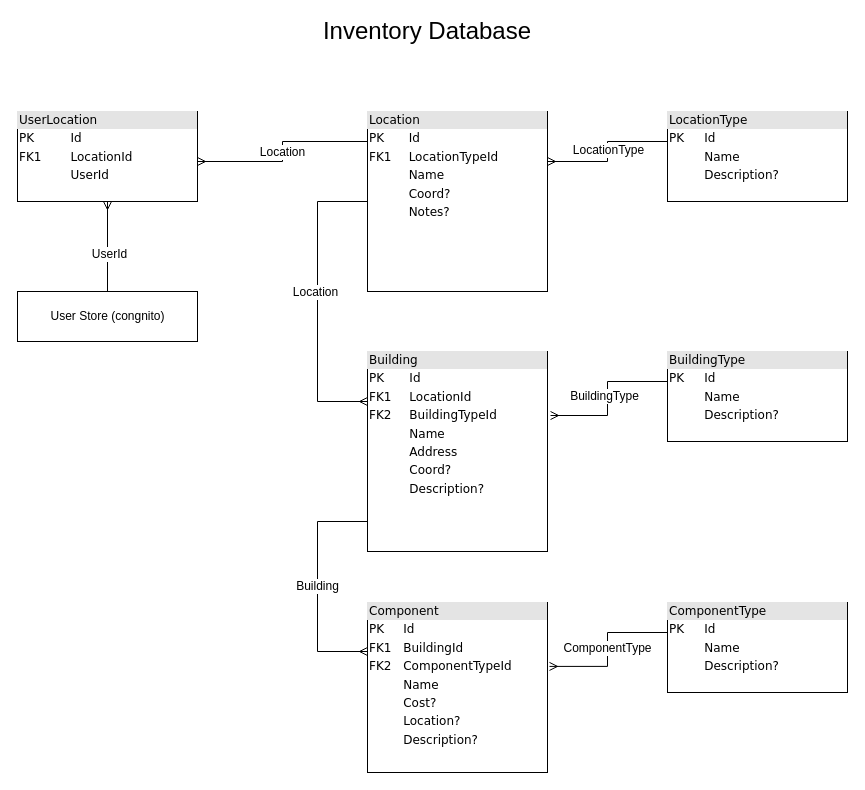
Before: database/docs/Inventory Database Diagram.drawio in vanister/inventory, a draw.io diagram. Source tidied: cells renumbered, new cells numbered last; positions are measured from the earlier drawing's top-left corner, leaving out a move shared by most shapes. Both pictures are drawn from the tidied source at 100%, with x=0, y=0 at pixel (17, 21).
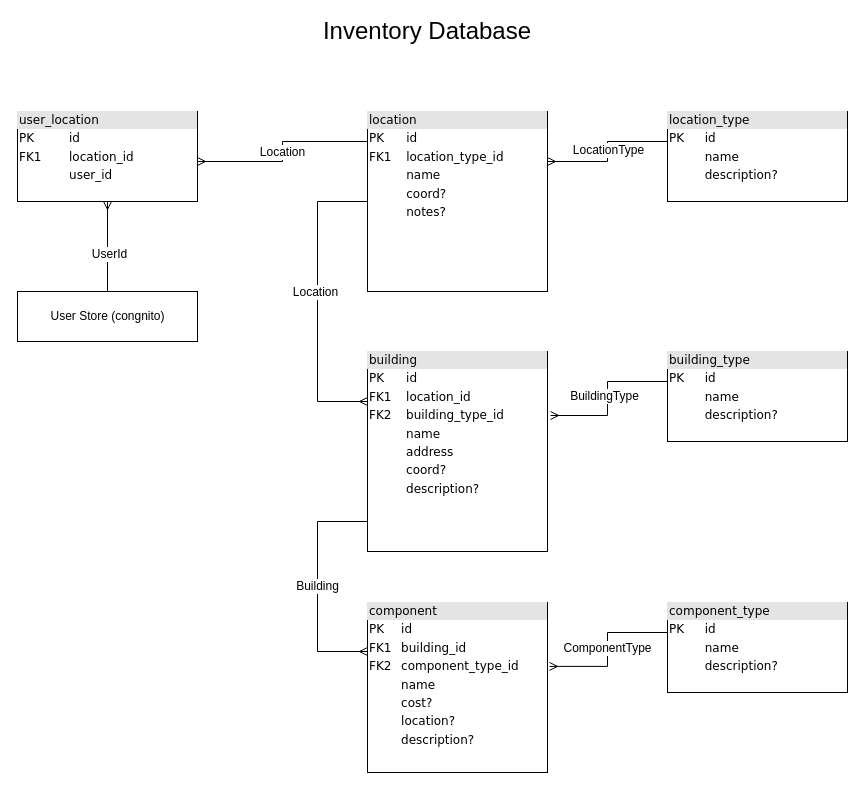
The same diagram, later.

Diff of the diagram source:
```diff
@@
-    <mxCell id="6" value="&lt;div style=&quot;box-sizing: border-box ; width: 100% ; background: #e4e4e4 ; padding: 2px&quot;&gt;Location&lt;br&gt;&lt;/div&gt;&lt;table style=&quot;width: 100% ; font-size: 1em&quot; cellspacing=&quot;0&quot; cellpadding=&quot;2&quot;&gt;&lt;tbody&gt;&lt;tr&gt;&lt;td&gt;PK&lt;/td&gt;&lt;td&gt;Id&lt;/td&gt;&lt;/tr&gt;&lt;tr&gt;&lt;td&gt;FK1&lt;br&gt;&lt;/td&gt;&lt;td&gt;LocationTypeId&lt;br&gt;&lt;/td&gt;&lt;/tr&gt;&lt;tr&gt;&lt;td&gt;&lt;br&gt;&lt;/td&gt;&lt;td&gt;Name&lt;br&gt;&lt;/td&gt;&lt;/tr&gt;&lt;tr&gt;&lt;td&gt;&lt;br&gt;&lt;/td&gt;&lt;td&gt;Coord?&lt;br&gt;&lt;/td&gt;&lt;/tr&gt;&lt;tr&gt;&lt;td&gt;&lt;br&gt;&lt;/td&gt;&lt;td&gt;Notes?&lt;br&gt;&lt;/td&gt;&lt;/tr&gt;&lt;tr&gt;&lt;td&gt;&lt;br&gt;&lt;/td&gt;&lt;td&gt;&lt;br&gt;&lt;/td&gt;&lt;/tr&gt;&lt;tr&gt;&lt;td&gt;&lt;br&gt;&lt;/td&gt;&lt;td&gt;&lt;br&gt;&lt;/td&gt;&lt;/tr&gt;&lt;tr&gt;&lt;td&gt;&lt;br&gt;&lt;/td&gt;&lt;td&gt;&lt;br&gt;&lt;/td&gt;&lt;/tr&gt;&lt;/tbody&gt;&lt;/table&gt;" style="verticalAlign=top;align=left;overflow=fill;html=1;rounded=0;shadow=0;comic=0;labelBackgroundColor=none;strokeColor=#000000;strokeWidth=1;fillColor=#ffffff;fontFamily=Verdana;fontSize=12;fontColor=#000000;" parent="1" vertex="1">
+    <mxCell id="6" value="&lt;div style=&quot;box-sizing: border-box ; width: 100% ; background: #e4e4e4 ; padding: 2px&quot;&gt;location&lt;/div&gt;&lt;table style=&quot;width: 100% ; font-size: 1em&quot; cellspacing=&quot;0&quot; cellpadding=&quot;2&quot;&gt;&lt;tbody&gt;&lt;tr&gt;&lt;td&gt;PK&lt;/td&gt;&lt;td&gt;id&lt;/td&gt;&lt;/tr&gt;&lt;tr&gt;&lt;td&gt;FK1&lt;br&gt;&lt;/td&gt;&lt;td&gt;location_type_id&lt;br&gt;&lt;/td&gt;&lt;/tr&gt;&lt;tr&gt;&lt;td&gt;&lt;br&gt;&lt;/td&gt;&lt;td&gt;name&lt;br&gt;&lt;/td&gt;&lt;/tr&gt;&lt;tr&gt;&lt;td&gt;&lt;br&gt;&lt;/td&gt;&lt;td&gt;coord?&lt;br&gt;&lt;/td&gt;&lt;/tr&gt;&lt;tr&gt;&lt;td&gt;&lt;br&gt;&lt;/td&gt;&lt;td&gt;notes?&lt;br&gt;&lt;/td&gt;&lt;/tr&gt;&lt;tr&gt;&lt;td&gt;&lt;br&gt;&lt;/td&gt;&lt;td&gt;&lt;br&gt;&lt;/td&gt;&lt;/tr&gt;&lt;tr&gt;&lt;td&gt;&lt;br&gt;&lt;/td&gt;&lt;td&gt;&lt;br&gt;&lt;/td&gt;&lt;/tr&gt;&lt;tr&gt;&lt;td&gt;&lt;br&gt;&lt;/td&gt;&lt;td&gt;&lt;br&gt;&lt;/td&gt;&lt;/tr&gt;&lt;/tbody&gt;&lt;/table&gt;" style="verticalAlign=top;align=left;overflow=fill;html=1;rounded=0;shadow=0;comic=0;labelBackgroundColor=none;strokeColor=#000000;strokeWidth=1;fillColor=#ffffff;fontFamily=Verdana;fontSize=12;fontColor=#000000;" parent="1" vertex="1">
       <mxGeometry x="350" y="90" width="180" height="180" as="geometry" />
     </mxCell>
@@
-    <mxCell id="8" value="&lt;div style=&quot;box-sizing: border-box ; width: 100% ; background: #e4e4e4 ; padding: 2px&quot;&gt;Building&lt;br&gt;&lt;/div&gt;&lt;table style=&quot;width: 100% ; font-size: 1em&quot; cellspacing=&quot;0&quot; cellpadding=&quot;2&quot;&gt;&lt;tbody&gt;&lt;tr&gt;&lt;td&gt;PK&lt;/td&gt;&lt;td&gt;Id&lt;/td&gt;&lt;/tr&gt;&lt;tr&gt;&lt;td&gt;FK1&lt;/td&gt;&lt;td&gt;LocationId&lt;br&gt;&lt;/td&gt;&lt;/tr&gt;&lt;tr&gt;&lt;td&gt;FK2&lt;/td&gt;&lt;td&gt;BuildingTypeId&lt;br&gt;&lt;/td&gt;&lt;/tr&gt;&lt;tr&gt;&lt;td&gt;&lt;br&gt;&lt;/td&gt;&lt;td&gt;Name&lt;br&gt;&lt;/td&gt;&lt;/tr&gt;&lt;tr&gt;&lt;td&gt;&lt;br&gt;&lt;/td&gt;&lt;td&gt;Address&lt;br&gt;&lt;/td&gt;&lt;/tr&gt;&lt;tr&gt;&lt;td&gt;&lt;br&gt;&lt;/td&gt;&lt;td&gt;Coord?&lt;br&gt;&lt;/td&gt;&lt;/tr&gt;&lt;tr&gt;&lt;td&gt;&lt;br&gt;&lt;/td&gt;&lt;td&gt;Description?&lt;br&gt;&lt;/td&gt;&lt;/tr&gt;&lt;tr&gt;&lt;td&gt;&lt;br&gt;&lt;/td&gt;&lt;td&gt;&lt;br&gt;&lt;/td&gt;&lt;/tr&gt;&lt;tr&gt;&lt;td&gt;&lt;br&gt;&lt;/td&gt;&lt;td&gt;&lt;br&gt;&lt;/td&gt;&lt;/tr&gt;&lt;tr&gt;&lt;td&gt;&lt;br&gt;&lt;/td&gt;&lt;td&gt;&lt;br&gt;&lt;/td&gt;&lt;/tr&gt;&lt;/tbody&gt;&lt;/table&gt;" style="verticalAlign=top;align=left;overflow=fill;html=1;rounded=0;shadow=0;comic=0;labelBackgroundColor=none;strokeColor=#000000;strokeWidth=1;fillColor=#ffffff;fontFamily=Verdana;fontSize=12;fontColor=#000000;" parent="1" vertex="1">
+    <mxCell id="8" value="&lt;div style=&quot;box-sizing: border-box ; width: 100% ; background: #e4e4e4 ; padding: 2px&quot;&gt;building&lt;/div&gt;&lt;table style=&quot;width: 100% ; font-size: 1em&quot; cellspacing=&quot;0&quot; cellpadding=&quot;2&quot;&gt;&lt;tbody&gt;&lt;tr&gt;&lt;td&gt;PK&lt;/td&gt;&lt;td&gt;id&lt;/td&gt;&lt;/tr&gt;&lt;tr&gt;&lt;td&gt;FK1&lt;/td&gt;&lt;td&gt;location_id&lt;br&gt;&lt;/td&gt;&lt;/tr&gt;&lt;tr&gt;&lt;td&gt;FK2&lt;/td&gt;&lt;td&gt;building_type_id&lt;br&gt;&lt;/td&gt;&lt;/tr&gt;&lt;tr&gt;&lt;td&gt;&lt;br&gt;&lt;/td&gt;&lt;td&gt;name&lt;br&gt;&lt;/td&gt;&lt;/tr&gt;&lt;tr&gt;&lt;td&gt;&lt;br&gt;&lt;/td&gt;&lt;td&gt;address&lt;br&gt;&lt;/td&gt;&lt;/tr&gt;&lt;tr&gt;&lt;td&gt;&lt;br&gt;&lt;/td&gt;&lt;td&gt;coord?&lt;br&gt;&lt;/td&gt;&lt;/tr&gt;&lt;tr&gt;&lt;td&gt;&lt;br&gt;&lt;/td&gt;&lt;td&gt;description?&lt;br&gt;&lt;/td&gt;&lt;/tr&gt;&lt;tr&gt;&lt;td&gt;&lt;br&gt;&lt;/td&gt;&lt;td&gt;&lt;br&gt;&lt;/td&gt;&lt;/tr&gt;&lt;tr&gt;&lt;td&gt;&lt;br&gt;&lt;/td&gt;&lt;td&gt;&lt;br&gt;&lt;/td&gt;&lt;/tr&gt;&lt;tr&gt;&lt;td&gt;&lt;br&gt;&lt;/td&gt;&lt;td&gt;&lt;br&gt;&lt;/td&gt;&lt;/tr&gt;&lt;/tbody&gt;&lt;/table&gt;" style="verticalAlign=top;align=left;overflow=fill;html=1;rounded=0;shadow=0;comic=0;labelBackgroundColor=none;strokeColor=#000000;strokeWidth=1;fillColor=#ffffff;fontFamily=Verdana;fontSize=12;fontColor=#000000;" parent="1" vertex="1">
       <mxGeometry x="350" y="330" width="180" height="200" as="geometry" />
     </mxCell>
@@
-    <mxCell id="11" value="&lt;div style=&quot;box-sizing: border-box ; width: 100% ; background: #e4e4e4 ; padding: 2px&quot;&gt;BuildingType&lt;br&gt;&lt;/div&gt;&lt;table style=&quot;width: 100% ; font-size: 1em&quot; cellspacing=&quot;0&quot; cellpadding=&quot;2&quot;&gt;&lt;tbody&gt;&lt;tr&gt;&lt;td&gt;PK&lt;/td&gt;&lt;td&gt;Id&lt;/td&gt;&lt;/tr&gt;&lt;tr&gt;&lt;td&gt;&lt;br&gt;&lt;/td&gt;&lt;td&gt;Name&lt;/td&gt;&lt;/tr&gt;&lt;tr&gt;&lt;td&gt;&lt;br&gt;&lt;/td&gt;&lt;td&gt;Description?&lt;br&gt;&lt;/td&gt;&lt;/tr&gt;&lt;/tbody&gt;&lt;/table&gt;" style="verticalAlign=top;align=left;overflow=fill;html=1;rounded=0;shadow=0;comic=0;labelBackgroundColor=none;strokeColor=#000000;strokeWidth=1;fillColor=#ffffff;fontFamily=Verdana;fontSize=12;fontColor=#000000;" parent="1" vertex="1">
+    <mxCell id="11" value="&lt;div style=&quot;box-sizing: border-box ; width: 100% ; background: #e4e4e4 ; padding: 2px&quot;&gt;building_type&lt;/div&gt;&lt;table style=&quot;width: 100% ; font-size: 1em&quot; cellspacing=&quot;0&quot; cellpadding=&quot;2&quot;&gt;&lt;tbody&gt;&lt;tr&gt;&lt;td&gt;PK&lt;/td&gt;&lt;td&gt;id&lt;/td&gt;&lt;/tr&gt;&lt;tr&gt;&lt;td&gt;&lt;br&gt;&lt;/td&gt;&lt;td&gt;name&lt;/td&gt;&lt;/tr&gt;&lt;tr&gt;&lt;td&gt;&lt;br&gt;&lt;/td&gt;&lt;td&gt;description?&lt;br&gt;&lt;/td&gt;&lt;/tr&gt;&lt;/tbody&gt;&lt;/table&gt;" style="verticalAlign=top;align=left;overflow=fill;html=1;rounded=0;shadow=0;comic=0;labelBackgroundColor=none;strokeColor=#000000;strokeWidth=1;fillColor=#ffffff;fontFamily=Verdana;fontSize=12;fontColor=#000000;" parent="1" vertex="1">
       <mxGeometry x="650" y="330" width="180" height="90" as="geometry" />
     </mxCell>
@@
-    <mxCell id="14" value="&lt;div style=&quot;box-sizing: border-box ; width: 100% ; background: #e4e4e4 ; padding: 2px&quot;&gt;LocationType&lt;br&gt;&lt;/div&gt;&lt;table style=&quot;width: 100% ; font-size: 1em&quot; cellspacing=&quot;0&quot; cellpadding=&quot;2&quot;&gt;&lt;tbody&gt;&lt;tr&gt;&lt;td&gt;PK&lt;/td&gt;&lt;td&gt;Id&lt;br&gt;&lt;/td&gt;&lt;/tr&gt;&lt;tr&gt;&lt;td&gt;&lt;br&gt;&lt;/td&gt;&lt;td&gt;Name&lt;br&gt;&lt;/td&gt;&lt;/tr&gt;&lt;tr&gt;&lt;td&gt;&lt;br&gt;&lt;/td&gt;&lt;td&gt;Description?&lt;br&gt;&lt;/td&gt;&lt;/tr&gt;&lt;/tbody&gt;&lt;/table&gt;" style="verticalAlign=top;align=left;overflow=fill;html=1;rounded=0;shadow=0;comic=0;labelBackgroundColor=none;strokeColor=#000000;strokeWidth=1;fillColor=#ffffff;fontFamily=Verdana;fontSize=12;fontColor=#000000;" parent="1" vertex="1">
+    <mxCell id="14" value="&lt;div style=&quot;box-sizing: border-box ; width: 100% ; background: #e4e4e4 ; padding: 2px&quot;&gt;location_type&lt;/div&gt;&lt;table style=&quot;width: 100% ; font-size: 1em&quot; cellspacing=&quot;0&quot; cellpadding=&quot;2&quot;&gt;&lt;tbody&gt;&lt;tr&gt;&lt;td&gt;PK&lt;/td&gt;&lt;td&gt;id&lt;br&gt;&lt;/td&gt;&lt;/tr&gt;&lt;tr&gt;&lt;td&gt;&lt;br&gt;&lt;/td&gt;&lt;td&gt;name&lt;br&gt;&lt;/td&gt;&lt;/tr&gt;&lt;tr&gt;&lt;td&gt;&lt;br&gt;&lt;/td&gt;&lt;td&gt;description?&lt;br&gt;&lt;/td&gt;&lt;/tr&gt;&lt;/tbody&gt;&lt;/table&gt;" style="verticalAlign=top;align=left;overflow=fill;html=1;rounded=0;shadow=0;comic=0;labelBackgroundColor=none;strokeColor=#000000;strokeWidth=1;fillColor=#ffffff;fontFamily=Verdana;fontSize=12;fontColor=#000000;" parent="1" vertex="1">
       <mxGeometry x="650" y="90" width="180" height="90" as="geometry" />
     </mxCell>
@@
-    <mxCell id="16" value="&lt;div style=&quot;box-sizing: border-box ; width: 100% ; background: #e4e4e4 ; padding: 2px&quot;&gt;ComponentType&lt;/div&gt;&lt;table style=&quot;width: 100% ; font-size: 1em&quot; cellspacing=&quot;0&quot; cellpadding=&quot;2&quot;&gt;&lt;tbody&gt;&lt;tr&gt;&lt;td&gt;PK&lt;/td&gt;&lt;td&gt;Id&lt;/td&gt;&lt;/tr&gt;&lt;tr&gt;&lt;td&gt;&lt;br&gt;&lt;/td&gt;&lt;td&gt;Name&lt;br&gt;&lt;/td&gt;&lt;/tr&gt;&lt;tr&gt;&lt;td&gt;&lt;br&gt;&lt;/td&gt;&lt;td&gt;Description?&lt;br&gt;&lt;/td&gt;&lt;/tr&gt;&lt;/tbody&gt;&lt;/table&gt;" style="verticalAlign=top;align=left;overflow=fill;html=1;rounded=0;shadow=0;comic=0;labelBackgroundColor=none;strokeColor=#000000;strokeWidth=1;fillColor=#ffffff;fontFamily=Verdana;fontSize=12;fontColor=#000000;" parent="1" vertex="1">
+    <mxCell id="16" value="&lt;div style=&quot;box-sizing: border-box ; width: 100% ; background: #e4e4e4 ; padding: 2px&quot;&gt;component_type&lt;/div&gt;&lt;table style=&quot;width: 100% ; font-size: 1em&quot; cellspacing=&quot;0&quot; cellpadding=&quot;2&quot;&gt;&lt;tbody&gt;&lt;tr&gt;&lt;td&gt;PK&lt;/td&gt;&lt;td&gt;id&lt;/td&gt;&lt;/tr&gt;&lt;tr&gt;&lt;td&gt;&lt;br&gt;&lt;/td&gt;&lt;td&gt;name&lt;br&gt;&lt;/td&gt;&lt;/tr&gt;&lt;tr&gt;&lt;td&gt;&lt;br&gt;&lt;/td&gt;&lt;td&gt;description?&lt;br&gt;&lt;/td&gt;&lt;/tr&gt;&lt;/tbody&gt;&lt;/table&gt;" style="verticalAlign=top;align=left;overflow=fill;html=1;rounded=0;shadow=0;comic=0;labelBackgroundColor=none;strokeColor=#000000;strokeWidth=1;fillColor=#ffffff;fontFamily=Verdana;fontSize=12;fontColor=#000000;" parent="1" vertex="1">
       <mxGeometry x="650" y="581" width="180" height="90" as="geometry" />
     </mxCell>
-    <mxCell id="17" value="&lt;div style=&quot;box-sizing: border-box ; width: 100% ; background: #e4e4e4 ; padding: 2px&quot;&gt;Component&lt;br&gt;&lt;/div&gt;&lt;table style=&quot;width: 100% ; font-size: 1em&quot; cellspacing=&quot;0&quot; cellpadding=&quot;2&quot;&gt;&lt;tbody&gt;&lt;tr&gt;&lt;td&gt;PK&lt;/td&gt;&lt;td&gt;Id&lt;/td&gt;&lt;/tr&gt;&lt;tr&gt;&lt;td&gt;FK1&lt;/td&gt;&lt;td&gt;BuildingId&lt;/td&gt;&lt;/tr&gt;&lt;tr&gt;&lt;td&gt;FK2&lt;br&gt;&lt;/td&gt;&lt;td&gt;ComponentTypeId&lt;/td&gt;&lt;/tr&gt;&lt;tr&gt;&lt;td&gt;&lt;br&gt;&lt;/td&gt;&lt;td&gt;Name&lt;br&gt;&lt;/td&gt;&lt;/tr&gt;&lt;tr&gt;&lt;td&gt;&lt;br&gt;&lt;/td&gt;&lt;td&gt;Cost?&lt;br&gt;&lt;/td&gt;&lt;/tr&gt;&lt;tr&gt;&lt;td&gt;&lt;br&gt;&lt;/td&gt;&lt;td&gt;Location?&lt;br&gt;&lt;/td&gt;&lt;/tr&gt;&lt;tr&gt;&lt;td&gt;&lt;br&gt;&lt;/td&gt;&lt;td&gt;Description?&lt;br&gt;&lt;/td&gt;&lt;/tr&gt;&lt;tr&gt;&lt;td&gt;&lt;br&gt;&lt;/td&gt;&lt;td&gt;&lt;br&gt;&lt;/td&gt;&lt;/tr&gt;&lt;/tbody&gt;&lt;/table&gt;" style="verticalAlign=top;align=left;overflow=fill;html=1;rounded=0;shadow=0;comic=0;labelBackgroundColor=none;strokeColor=#000000;strokeWidth=1;fillColor=#ffffff;fontFamily=Verdana;fontSize=12;fontColor=#000000;" parent="1" vertex="1">
+    <mxCell id="17" value="&lt;div style=&quot;box-sizing: border-box ; width: 100% ; background: #e4e4e4 ; padding: 2px&quot;&gt;component&lt;/div&gt;&lt;table style=&quot;width: 100% ; font-size: 1em&quot; cellspacing=&quot;0&quot; cellpadding=&quot;2&quot;&gt;&lt;tbody&gt;&lt;tr&gt;&lt;td&gt;PK&lt;/td&gt;&lt;td&gt;id&lt;/td&gt;&lt;/tr&gt;&lt;tr&gt;&lt;td&gt;FK1&lt;/td&gt;&lt;td&gt;building_id&lt;/td&gt;&lt;/tr&gt;&lt;tr&gt;&lt;td&gt;FK2&lt;br&gt;&lt;/td&gt;&lt;td&gt;component_type_id&lt;/td&gt;&lt;/tr&gt;&lt;tr&gt;&lt;td&gt;&lt;br&gt;&lt;/td&gt;&lt;td&gt;name&lt;br&gt;&lt;/td&gt;&lt;/tr&gt;&lt;tr&gt;&lt;td&gt;&lt;br&gt;&lt;/td&gt;&lt;td&gt;cost?&lt;br&gt;&lt;/td&gt;&lt;/tr&gt;&lt;tr&gt;&lt;td&gt;&lt;br&gt;&lt;/td&gt;&lt;td&gt;location?&lt;br&gt;&lt;/td&gt;&lt;/tr&gt;&lt;tr&gt;&lt;td&gt;&lt;br&gt;&lt;/td&gt;&lt;td&gt;description?&lt;br&gt;&lt;/td&gt;&lt;/tr&gt;&lt;tr&gt;&lt;td&gt;&lt;br&gt;&lt;/td&gt;&lt;td&gt;&lt;br&gt;&lt;/td&gt;&lt;/tr&gt;&lt;/tbody&gt;&lt;/table&gt;" style="verticalAlign=top;align=left;overflow=fill;html=1;rounded=0;shadow=0;comic=0;labelBackgroundColor=none;strokeColor=#000000;strokeWidth=1;fillColor=#ffffff;fontFamily=Verdana;fontSize=12;fontColor=#000000;" parent="1" vertex="1">
       <mxGeometry x="350" y="581" width="180" height="170" as="geometry" />
     </mxCell>
-    <mxCell id="18" value="&lt;div style=&quot;box-sizing: border-box ; width: 100% ; background: #e4e4e4 ; padding: 2px&quot;&gt;UserLocation&lt;br&gt;&lt;/div&gt;&lt;table style=&quot;width: 100% ; font-size: 1em&quot; cellspacing=&quot;0&quot; cellpadding=&quot;2&quot;&gt;&lt;tbody&gt;&lt;tr&gt;&lt;td&gt;PK&lt;/td&gt;&lt;td&gt;Id&lt;/td&gt;&lt;/tr&gt;&lt;tr&gt;&lt;td&gt;FK1&lt;/td&gt;&lt;td&gt;LocationId&lt;/td&gt;&lt;/tr&gt;&lt;tr&gt;&lt;td&gt;&lt;br&gt;&lt;/td&gt;&lt;td&gt;UserId&lt;br&gt;&lt;/td&gt;&lt;/tr&gt;&lt;/tbody&gt;&lt;/table&gt;" style="verticalAlign=top;align=left;overflow=fill;html=1;rounded=0;shadow=0;comic=0;labelBackgroundColor=none;strokeColor=#000000;strokeWidth=1;fillColor=#ffffff;fontFamily=Verdana;fontSize=12;fontColor=#000000;" parent="1" vertex="1">
+    <mxCell id="18" value="&lt;div style=&quot;box-sizing: border-box ; width: 100% ; background: #e4e4e4 ; padding: 2px&quot;&gt;user_location&lt;/div&gt;&lt;table style=&quot;width: 100% ; font-size: 1em&quot; cellspacing=&quot;0&quot; cellpadding=&quot;2&quot;&gt;&lt;tbody&gt;&lt;tr&gt;&lt;td&gt;PK&lt;/td&gt;&lt;td&gt;id&lt;/td&gt;&lt;/tr&gt;&lt;tr&gt;&lt;td&gt;FK1&lt;/td&gt;&lt;td&gt;location_id&lt;/td&gt;&lt;/tr&gt;&lt;tr&gt;&lt;td&gt;&lt;br&gt;&lt;/td&gt;&lt;td&gt;user_id&lt;br&gt;&lt;/td&gt;&lt;/tr&gt;&lt;/tbody&gt;&lt;/table&gt;" style="verticalAlign=top;align=left;overflow=fill;html=1;rounded=0;shadow=0;comic=0;labelBackgroundColor=none;strokeColor=#000000;strokeWidth=1;fillColor=#ffffff;fontFamily=Verdana;fontSize=12;fontColor=#000000;" parent="1" vertex="1">
       <mxGeometry y="90" width="180" height="90" as="geometry" />
     </mxCell>
```
